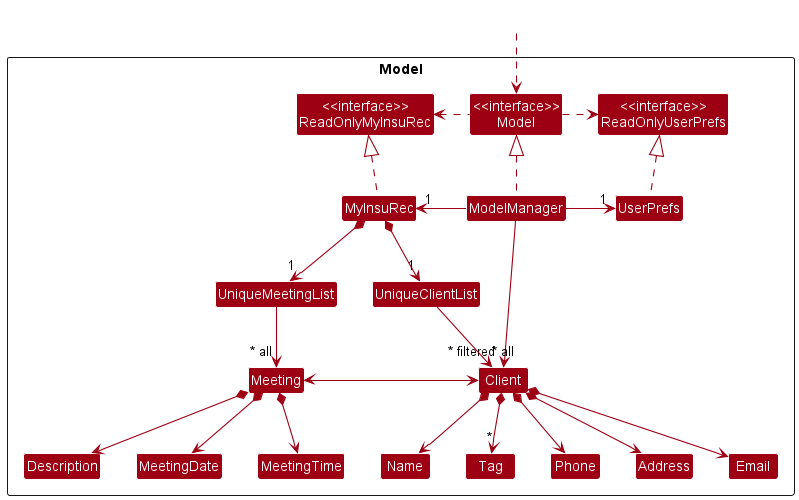
Earlier version of the PlantUML export docs/images/ModelClassDiagram.png (nus-cs2103-AY2223S1/tp).
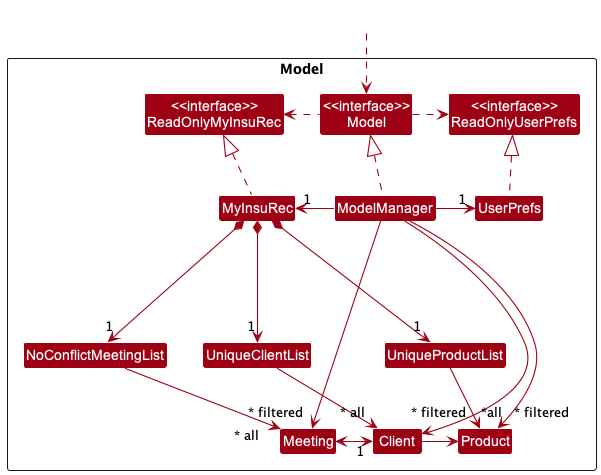
After the commit.

Diff of the diagram source:
```diff
@@ -14,17 +14,12 @@
 
 Class UniqueClientList
 Class Client
-Class Address
-Class Email
-Class Name
-Class Phone
-Class Tag
 
-Class UniqueMeetingList
+Class NoConflictMeetingList
 Class Meeting
-Class Description
-Class MeetingDate
-Class MeetingTime
+
+Class UniqueProductList
+Class Product
 }
 
 Class HiddenOutside #FFFFFF
@@ -39,25 +34,19 @@
 ModelManager -right-> "1" UserPrefs
 UserPrefs .up.|> ReadOnlyUserPrefs
 
-ModelManager -->"~* filtered" Client
+ModelManager ---->"~* filtered" Client
+ModelManager ---->"~* filtered" Product
+ModelManager ---->"~* filtered" Meeting
 
-MyInsuRec *-> "1" UniqueClientList
+MyInsuRec *---> "1" UniqueClientList
 UniqueClientList -> "~* all" Client
-Client *--> Name
-Client *--> Phone
-Client *--> Email
-Client *--> Address
-Client *--> "*" Tag
 
-MyInsuRec *--> "1" UniqueMeetingList
-UniqueMeetingList --> "~* all" Meeting
-Meeting *--> Description
-Meeting *--> MeetingDate
-Meeting *--> MeetingTime
-Meeting <-> Client
+MyInsuRec *---> "1" NoConflictMeetingList
+NoConflictMeetingList --> "~* all   " Meeting
+Meeting <-> "1" Client
 
-Name -[hidden]right-> Phone
-Phone -[hidden]right-> Address
-Address -[hidden]right-> Email
+MyInsuRec *---> "1" UniqueProductList
+UniqueProductList --> "~*all" Product
+Client -> Product
 
 @enduml
```
